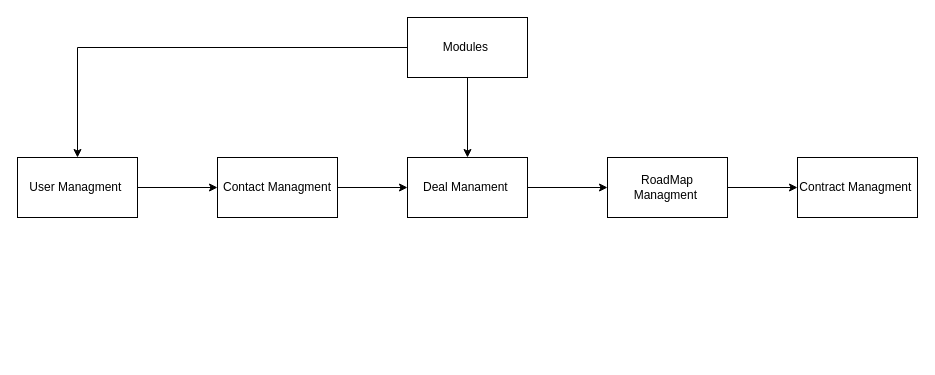
This is edealboard.drawio from saprative/ideas, a draw.io file, before an edit. Source tidied: cells renumbered, new cells numbered last; positions are measured from the earlier drawing's top-left corner, leaving out a move shared by most shapes. Both pictures are drawn from the tidied source at 100%, with x=0, y=0 at pixel (17, 17).
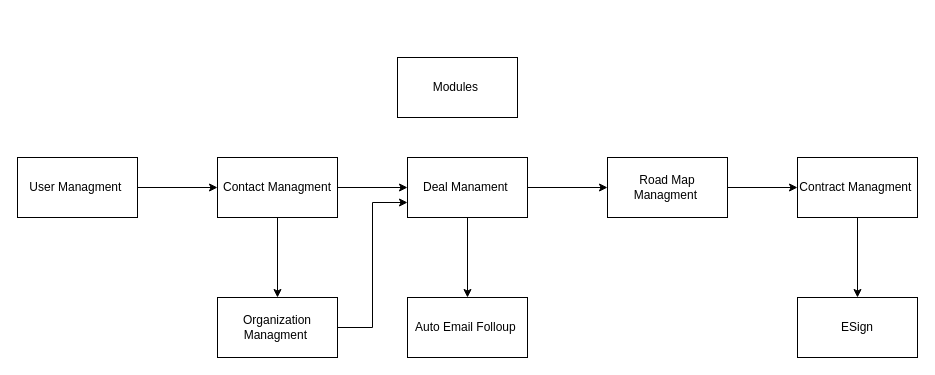
The same page after the edit.

What changed in the source:
```diff
@@
 <mxGraphModel>
   <root>
     <mxCell id="0" />
     <mxCell id="1" parent="0" />
-    <mxCell id="2" style="edgeStyle=orthogonalEdgeStyle;rounded=0;jettySize=auto;html=1;" parent="1" edge="1" source="4" target="6">
-      <mxGeometry relative="1" as="geometry" />
-    </mxCell>
-    <mxCell id="3" style="edgeStyle=orthogonalEdgeStyle;rounded=0;jettySize=auto;html=1;" parent="1" edge="1" source="4" target="8">
-      <mxGeometry relative="1" as="geometry" />
-    </mxCell>
     <mxCell id="4" value="Modules&amp;nbsp;" style="rounded=0;whiteSpace=wrap;html=1;" parent="1" vertex="1">
-      <mxGeometry x="390" width="120" height="60" as="geometry" />
+      <mxGeometry x="380" y="40" width="120" height="60" as="geometry" />
     </mxCell>
     <mxCell id="5" style="edgeStyle=orthogonalEdgeStyle;rounded=0;jettySize=auto;html=1;" parent="1" edge="1" source="6" target="13">
       <mxGeometry relative="1" as="geometry" />
     </mxCell>
     <mxCell id="6" value="User Managment&amp;nbsp;" style="whiteSpace=wrap;html=1;rounded=0;" parent="1" vertex="1">
       <mxGeometry y="140" width="120" height="60" as="geometry" />
     </mxCell>
     <mxCell id="7" style="edgeStyle=orthogonalEdgeStyle;rounded=0;jettySize=auto;html=1;" parent="1" edge="1" source="8" target="10">
       <mxGeometry relative="1" as="geometry" />
     </mxCell>
+    <mxCell id="14" style="edgeStyle=orthogonalEdgeStyle;rounded=0;jettySize=auto;html=1;" parent="1" edge="1" source="8" target="17">
+      <mxGeometry relative="1" as="geometry" />
+    </mxCell>
     <mxCell id="8" value="Deal Manament&amp;nbsp;" style="whiteSpace=wrap;html=1;rounded=0;" parent="1" vertex="1">
       <mxGeometry x="390" y="140" width="120" height="60" as="geometry" />
     </mxCell>
     <mxCell id="9" style="edgeStyle=orthogonalEdgeStyle;rounded=0;jettySize=auto;html=1;" parent="1" edge="1" source="10" target="11">
       <mxGeometry relative="1" as="geometry" />
     </mxCell>
-    <mxCell id="10" value="RoadMap Managment&amp;nbsp;" style="whiteSpace=wrap;html=1;rounded=0;" parent="1" vertex="1">
+    <mxCell id="10" value="Road Map Managment&amp;nbsp;" style="whiteSpace=wrap;html=1;rounded=0;" parent="1" vertex="1">
       <mxGeometry x="590" y="140" width="120" height="60" as="geometry" />
     </mxCell>
+    <mxCell id="15" style="edgeStyle=orthogonalEdgeStyle;rounded=0;jettySize=auto;html=1;" parent="1" edge="1" source="11" target="20">
+      <mxGeometry relative="1" as="geometry" />
+    </mxCell>
     <mxCell id="11" value="Contract Managment&amp;nbsp;" style="whiteSpace=wrap;html=1;rounded=0;" parent="1" vertex="1">
       <mxGeometry x="780" y="140" width="120" height="60" as="geometry" />
     </mxCell>
     <mxCell id="12" style="edgeStyle=orthogonalEdgeStyle;rounded=0;jettySize=auto;html=1;" parent="1" edge="1" source="13" target="8">
       <mxGeometry relative="1" as="geometry" />
     </mxCell>
+    <mxCell id="16" style="edgeStyle=orthogonalEdgeStyle;rounded=0;jettySize=auto;html=1;" parent="1" edge="1" source="13" target="19">
+      <mxGeometry relative="1" as="geometry" />
+    </mxCell>
     <mxCell id="13" value="Contact Managment" style="whiteSpace=wrap;html=1;rounded=0;" parent="1" vertex="1">
       <mxGeometry x="200" y="140" width="120" height="60" as="geometry" />
     </mxCell>
+    <mxCell id="17" value="Auto Email Folloup&amp;nbsp;" style="whiteSpace=wrap;html=1;rounded=0;" parent="1" vertex="1">
+      <mxGeometry x="390" y="280" width="120" height="60" as="geometry" />
+    </mxCell>
+    <mxCell id="18" style="edgeStyle=orthogonalEdgeStyle;rounded=0;jettySize=auto;html=1;entryX=0;entryY=0.75;entryDx=0;entryDy=0;" parent="1" edge="1" source="19" target="8">
+      <mxGeometry relative="1" as="geometry" />
+    </mxCell>
+    <mxCell id="19" value="Organization Managment&amp;nbsp;" style="whiteSpace=wrap;html=1;rounded=0;" parent="1" vertex="1">
+      <mxGeometry x="200" y="280" width="120" height="60" as="geometry" />
+    </mxCell>
+    <mxCell id="20" value="ESign" style="whiteSpace=wrap;html=1;rounded=0;" parent="1" vertex="1">
+      <mxGeometry x="780" y="280" width="120" height="60" as="geometry" />
+    </mxCell>
   </root>
 </mxGraphModel>
```
